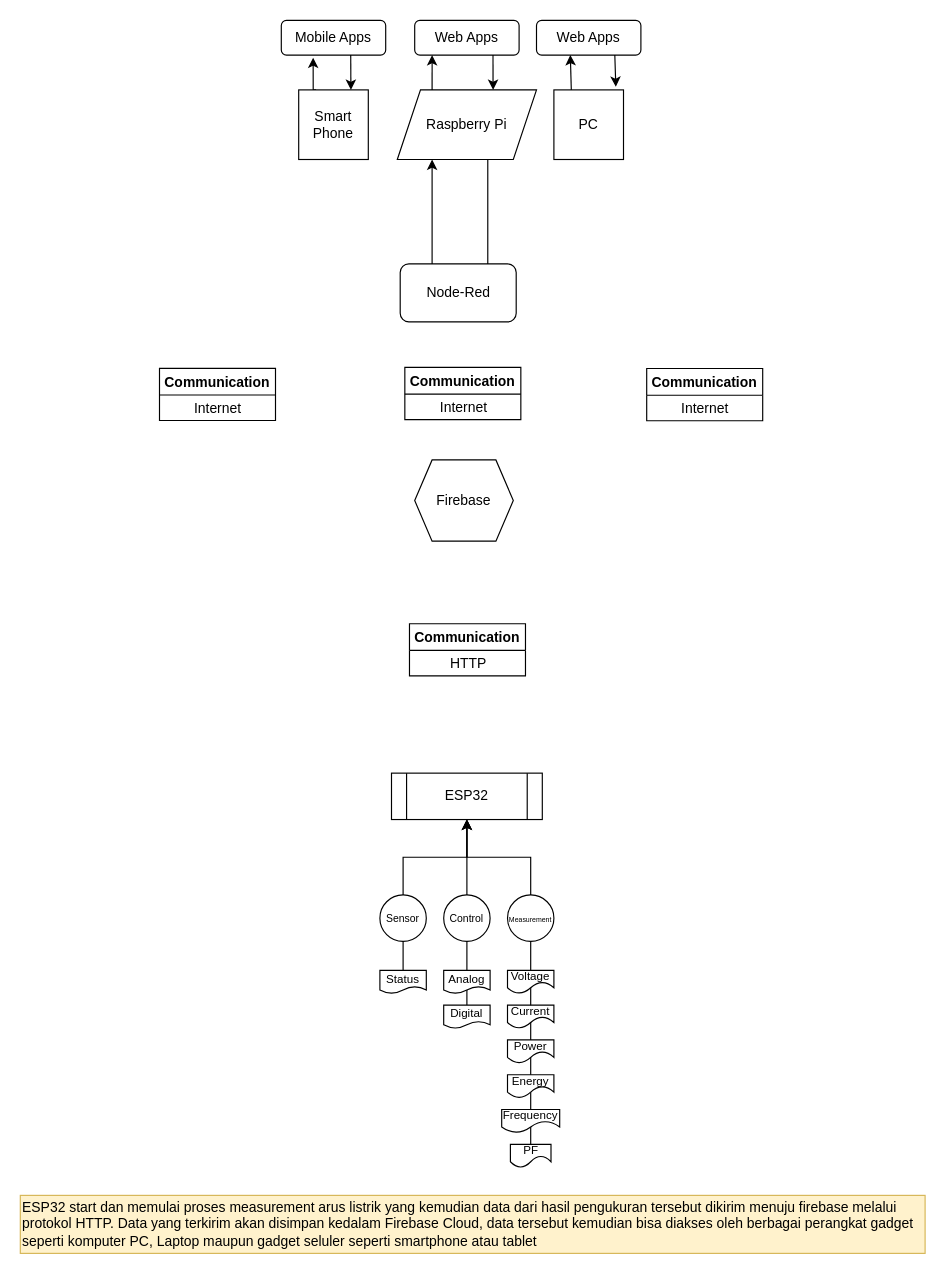
lmarkrol/smartmeter keeps this draw.io diagram as flow-diagram.drawio. Above is the earlier version. Source tidied: cells renumbered, new cells numbered last; positions are measured from the earlier drawing's top-left corner, leaving out a move shared by most shapes. Both pictures are drawn from the tidied source at 116%, with x=0, y=0 at pixel (20, 20).
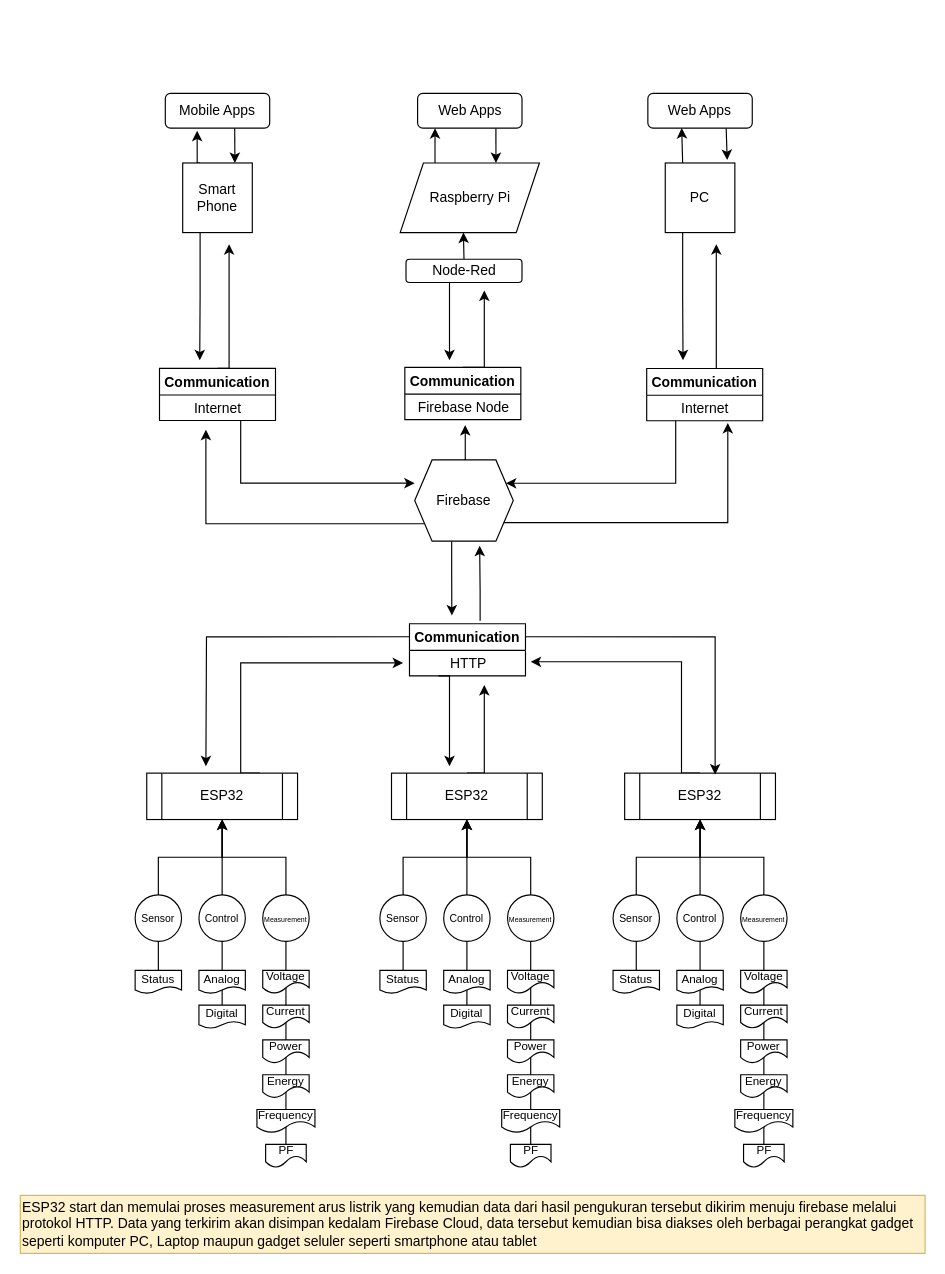
After the change.

Unchanged cells that the change refers to:
```xml
<mxCell id="11" value="ESP32" style="shape=process;whiteSpace=wrap;html=1;backgroundOutline=1;rotation=0;" parent="1" vertex="1">
  <mxGeometry x="320" y="649" width="130" height="40" as="geometry" />
</mxCell>
<mxCell id="12" value="Firebase" style="shape=hexagon;perimeter=hexagonPerimeter2;whiteSpace=wrap;html=1;fixedSize=1;size=15;" parent="1" vertex="1">
  <mxGeometry x="340" y="379" width="85" height="70" as="geometry" />
</mxCell>
<mxCell id="16" value="Communication" style="swimlane;startSize=23;" parent="15" vertex="1">
  <mxGeometry x="20" y="4.2" width="100" height="45" as="geometry" />
</mxCell>
<mxCell id="27" value="Communication" style="swimlane;startSize=23;" parent="26" vertex="1">
  <mxGeometry x="20" y="4.2" width="100" height="45" as="geometry" />
</mxCell>
<mxCell id="28" value="Internet" style="text;html=1;align=center;verticalAlign=middle;points=[];strokeColor=none;" parent="27" vertex="1">
  <mxGeometry x="20" y="25" width="60" height="20" as="geometry" />
</mxCell>
<mxCell id="30" value="Communication" style="swimlane;startSize=23;" parent="1" vertex="1">
  <mxGeometry x="120" y="300" width="100" height="45" as="geometry" />
</mxCell>
<mxCell id="39" value="Communication" style="swimlane;startSize=23;" parent="38" vertex="1">
  <mxGeometry x="20" y="4.2" width="100" height="45" as="geometry" />
</mxCell>
```

Change to the diagram source:
```diff
@@
+    <mxCell id="52" style="edgeStyle=orthogonalEdgeStyle;rounded=0;jettySize=auto;html=1;exitX=0.5;exitY=0;exitDx=0;exitDy=0;" parent="1" edge="1" source="11">
+      <mxGeometry relative="1" as="geometry">
+        <mxPoint x="400" y="573" as="targetPoint" />
+        <Array as="points">
+          <mxPoint x="400" y="649" />
+        </Array>
+      </mxGeometry>
+    </mxCell>
@@
+    <mxCell id="53" style="edgeStyle=orthogonalEdgeStyle;rounded=0;jettySize=auto;html=1;entryX=0.832;entryY=1.095;entryDx=0;entryDy=0;entryPerimeter=0;" parent="1" edge="1" target="28">
+      <mxGeometry relative="1" as="geometry">
+        <mxPoint x="410" y="433" as="sourcePoint" />
+        <Array as="points">
+          <mxPoint x="425" y="433" />
+          <mxPoint x="610" y="433" />
+        </Array>
+      </mxGeometry>
+    </mxCell>
+    <mxCell id="54" style="edgeStyle=orthogonalEdgeStyle;rounded=0;jettySize=auto;html=1;" parent="1" edge="1" source="12">
+      <mxGeometry relative="1" as="geometry">
+        <mxPoint x="160" y="353" as="targetPoint" />
+        <Array as="points">
+          <mxPoint x="160" y="434" />
+          <mxPoint x="160" y="353" />
+        </Array>
+      </mxGeometry>
+    </mxCell>
+    <mxCell id="55" style="edgeStyle=orthogonalEdgeStyle;rounded=0;jettySize=auto;html=1;exitX=0.5;exitY=0;exitDx=0;exitDy=0;entryX=0.523;entryY=1.239;entryDx=0;entryDy=0;entryPerimeter=0;" parent="1" edge="1" source="12" target="40">
+      <mxGeometry relative="1" as="geometry" />
+    </mxCell>
+    <mxCell id="56" style="edgeStyle=orthogonalEdgeStyle;rounded=0;jettySize=auto;html=1;exitX=0.375;exitY=1;exitDx=0;exitDy=0;" parent="1" edge="1" source="12">
+      <mxGeometry relative="1" as="geometry">
+        <mxPoint x="372" y="513" as="targetPoint" />
+      </mxGeometry>
+    </mxCell>
@@
-    <mxCell id="13" style="edgeStyle=orthogonalEdgeStyle;rounded=0;orthogonalLoop=1;jettySize=auto;html=1;" parent="1" edge="1">
-      <mxGeometry relative="1" as="geometry">
-        <mxPoint x="355" y="249" as="sourcePoint" />
-        <mxPoint x="355" y="120" as="targetPoint" />
-        <Array as="points">
-          <mxPoint x="355" y="249" />
-          <mxPoint x="355" y="222" />
-          <mxPoint x="355" y="222" />
-        </Array>
-      </mxGeometry>
-    </mxCell>
-    <mxCell id="14" style="edgeStyle=orthogonalEdgeStyle;rounded=0;jettySize=auto;html=1;entryX=0.75;entryY=0;entryDx=0;entryDy=0;" parent="1" edge="1" target="21">
-      <mxGeometry relative="1" as="geometry">
-        <mxPoint x="403" y="120" as="sourcePoint" />
-        <Array as="points">
-          <mxPoint x="403" y="190" />
-          <mxPoint x="403" y="220" />
-          <mxPoint x="403" y="220" />
-        </Array>
-      </mxGeometry>
-    </mxCell>
@@
     <mxCell id="20" value="Raspberry Pi" style="shape=parallelogram;perimeter=parallelogramPerimeter;whiteSpace=wrap;html=1;fixedSize=1;" parent="1" vertex="1">
-      <mxGeometry x="325" y="60" width="120" height="60" as="geometry" />
+      <mxGeometry x="327.5" y="123" width="120" height="60" as="geometry" />
     </mxCell>
+    <mxCell id="57" style="edgeStyle=orthogonalEdgeStyle;rounded=0;jettySize=auto;html=1;exitX=0.5;exitY=0;exitDx=0;exitDy=0;" parent="1" edge="1" source="21">
+      <mxGeometry relative="1" as="geometry">
+        <mxPoint x="382" y="183" as="targetPoint" />
+      </mxGeometry>
+    </mxCell>
+    <mxCell id="58" style="edgeStyle=orthogonalEdgeStyle;rounded=0;jettySize=auto;html=1;exitX=0.25;exitY=1;exitDx=0;exitDy=0;" parent="1" edge="1" source="21">
+      <mxGeometry relative="1" as="geometry">
+        <mxPoint x="370" y="293" as="targetPoint" />
+        <Array as="points">
+          <mxPoint x="370" y="226" />
+          <mxPoint x="370" y="293" />
+        </Array>
+      </mxGeometry>
+    </mxCell>
     <mxCell id="21" value="Node-Red" style="rounded=1;whiteSpace=wrap;html=1;" parent="1" vertex="1">
-      <mxGeometry x="327.5" y="210" width="100" height="50" as="geometry" />
+      <mxGeometry x="332.5" y="206" width="100" height="20" as="geometry" />
     </mxCell>
@@
+    <mxCell id="59" style="edgeStyle=orthogonalEdgeStyle;rounded=0;jettySize=auto;html=1;exitX=0.25;exitY=1;exitDx=0;exitDy=0;" parent="1" edge="1" source="23">
+      <mxGeometry relative="1" as="geometry">
+        <mxPoint x="571.3" y="293" as="targetPoint" />
+      </mxGeometry>
+    </mxCell>
     <mxCell id="23" value="PC" style="rounded=0;whiteSpace=wrap;html=1;" parent="1" vertex="1">
-      <mxGeometry x="460" y="60" width="60" height="60" as="geometry" />
+      <mxGeometry x="556" y="123" width="60" height="60" as="geometry" />
     </mxCell>
@@
+    <mxCell id="60" style="edgeStyle=orthogonalEdgeStyle;rounded=0;jettySize=auto;html=1;exitX=0.25;exitY=1;exitDx=0;exitDy=0;" parent="1" edge="1" source="25">
+      <mxGeometry relative="1" as="geometry">
+        <mxPoint x="154.7" y="293" as="targetPoint" />
+      </mxGeometry>
+    </mxCell>
     <mxCell id="25" value="Smart&lt;br&gt;Phone" style="rounded=0;whiteSpace=wrap;html=1;" parent="1" vertex="1">
-      <mxGeometry x="240" y="60" width="60" height="60" as="geometry" />
+      <mxGeometry x="140" y="123" width="60" height="60" as="geometry" />
     </mxCell>
@@
+    <mxCell id="61" style="edgeStyle=orthogonalEdgeStyle;rounded=0;jettySize=auto;html=1;exitX=0.5;exitY=0;exitDx=0;exitDy=0;" parent="1" edge="1" source="30">
+      <mxGeometry relative="1" as="geometry">
+        <mxPoint x="180" y="193" as="targetPoint" />
+        <Array as="points">
+          <mxPoint x="180" y="300" />
+          <mxPoint x="180" y="193" />
+        </Array>
+      </mxGeometry>
+    </mxCell>
+    <mxCell id="62" style="edgeStyle=orthogonalEdgeStyle;rounded=0;jettySize=auto;html=1;exitX=1;exitY=1;exitDx=0;exitDy=0;" parent="1" edge="1" source="30">
+      <mxGeometry relative="1" as="geometry">
+        <mxPoint x="340" y="399" as="targetPoint" />
+        <Array as="points">
+          <mxPoint x="190" y="345" />
+          <mxPoint x="190" y="399" />
+        </Array>
+      </mxGeometry>
+    </mxCell>
@@
     <mxCell id="33" value="Mobile Apps" style="rounded=1;whiteSpace=wrap;html=1;" parent="1" vertex="1">
-      <mxGeometry x="225" width="90" height="30" as="geometry" />
+      <mxGeometry x="125" y="63" width="90" height="30" as="geometry" />
     </mxCell>
@@
     <mxCell id="35" value="Web Apps" style="rounded=1;whiteSpace=wrap;html=1;" parent="1" vertex="1">
-      <mxGeometry x="340" width="90" height="30" as="geometry" />
+      <mxGeometry x="342.5" y="63" width="90" height="30" as="geometry" />
     </mxCell>
@@
     <mxCell id="37" value="Web Apps" style="rounded=1;whiteSpace=wrap;html=1;" parent="1" vertex="1">
-      <mxGeometry x="445" width="90" height="30" as="geometry" />
+      <mxGeometry x="541" y="63" width="90" height="30" as="geometry" />
     </mxCell>
@@
-    <mxCell id="40" value="Internet" style="text;html=1;align=center;verticalAlign=middle;points=[];strokeColor=none;" parent="39" vertex="1">
-      <mxGeometry x="20" y="25" width="60" height="20" as="geometry" />
+    <mxCell id="40" value="Firebase Node" style="text;html=1;align=center;verticalAlign=middle;points=[];strokeColor=none;" parent="39" vertex="1">
+      <mxGeometry x="5" y="25" width="90" height="20" as="geometry" />
     </mxCell>
@@
+    <mxCell id="63" style="endArrow=none;html=1;entryX=0.5;entryY=1;entryDx=0;entryDy=0;exitX=0.5;exitY=0;exitDx=0;exitDy=0;" parent="1" edge="1" source="75" target="66">
+      <mxGeometry relative="1" as="geometry" />
+    </mxCell>
+    <mxCell id="64" style="endArrow=none;html=1;entryX=0.5;entryY=1;entryDx=0;entryDy=0;exitX=0.5;exitY=0;exitDx=0;exitDy=0;" parent="1" edge="1" source="81" target="67">
+      <mxGeometry relative="1" as="geometry" />
+    </mxCell>
+    <mxCell id="65" value="&lt;font style=&quot;font-size: 9px&quot;&gt;Sensor&lt;/font&gt;" style="ellipse;whiteSpace=wrap;html=1;rotation=0;" parent="1" vertex="1">
+      <mxGeometry x="511" y="754" width="40" height="40" as="geometry" />
+    </mxCell>
+    <mxCell id="66" value="&lt;font style=&quot;font-size: 9px&quot;&gt;Control&lt;/font&gt;" style="ellipse;whiteSpace=wrap;html=1;rotation=0;" parent="1" vertex="1">
+      <mxGeometry x="566" y="754" width="40" height="40" as="geometry" />
+    </mxCell>
+    <mxCell id="67" value="&lt;font style=&quot;font-size: 6px&quot;&gt;Measurement&lt;/font&gt;" style="ellipse;whiteSpace=wrap;html=1;rotation=0;" parent="1" vertex="1">
+      <mxGeometry x="621" y="754" width="40" height="40" as="geometry" />
+    </mxCell>
+    <mxCell id="68" style="edgeStyle=orthogonalEdgeStyle;rounded=0;jettySize=auto;html=1;exitX=0.5;exitY=0;exitDx=0;exitDy=0;entryX=0.5;entryY=1;entryDx=0;entryDy=0;" parent="1" edge="1" source="65" target="72">
+      <mxGeometry x="551" y="226" as="geometry" />
+    </mxCell>
+    <mxCell id="69" style="edgeStyle=orthogonalEdgeStyle;rounded=0;jettySize=auto;html=1;exitX=0.5;exitY=0;exitDx=0;exitDy=0;entryX=0.5;entryY=1;entryDx=0;entryDy=0;" parent="1" edge="1" source="66" target="72">
+      <mxGeometry x="551" y="226" as="geometry" />
+    </mxCell>
+    <mxCell id="70" style="edgeStyle=orthogonalEdgeStyle;rounded=0;jettySize=auto;html=1;exitX=0.5;exitY=0;exitDx=0;exitDy=0;entryX=0.5;entryY=1;entryDx=0;entryDy=0;" parent="1" edge="1" source="67" target="72">
+      <mxGeometry x="551" y="226" as="geometry" />
+    </mxCell>
+    <mxCell id="71" style="edgeStyle=orthogonalEdgeStyle;rounded=0;jettySize=auto;html=1;exitX=0.5;exitY=0;exitDx=0;exitDy=0;" parent="1" edge="1" source="72">
+      <mxGeometry relative="1" as="geometry">
+        <mxPoint x="440" y="553" as="targetPoint" />
+        <Array as="points">
+          <mxPoint x="570" y="649" />
+          <mxPoint x="570" y="553" />
+          <mxPoint x="460" y="553" />
+        </Array>
+      </mxGeometry>
+    </mxCell>
+    <mxCell id="72" value="ESP32" style="shape=process;whiteSpace=wrap;html=1;backgroundOutline=1;rotation=0;" parent="1" vertex="1">
+      <mxGeometry x="521" y="649" width="130" height="40" as="geometry" />
+    </mxCell>
+    <mxCell id="73" value="&lt;font style=&quot;font-size: 10px&quot;&gt;Status&lt;/font&gt;" style="shape=document;whiteSpace=wrap;html=1;boundedLbl=1;" parent="1" vertex="1">
+      <mxGeometry x="511" y="819" width="40" height="20" as="geometry" />
+    </mxCell>
+    <mxCell id="74" value="&lt;font style=&quot;font-size: 10px&quot;&gt;Analog&lt;/font&gt;" style="shape=document;whiteSpace=wrap;html=1;boundedLbl=1;" parent="1" vertex="1">
+      <mxGeometry x="566" y="819" width="40" height="20" as="geometry" />
+    </mxCell>
+    <mxCell id="75" value="&lt;font style=&quot;font-size: 10px&quot;&gt;Digital&lt;/font&gt;" style="shape=document;whiteSpace=wrap;html=1;boundedLbl=1;" parent="1" vertex="1">
+      <mxGeometry x="566" y="849" width="40" height="20" as="geometry" />
+    </mxCell>
+    <mxCell id="76" value="&lt;font style=&quot;font-size: 10px&quot;&gt;Voltage&lt;/font&gt;" style="shape=document;whiteSpace=wrap;html=1;boundedLbl=1;size=0.5;" parent="1" vertex="1">
+      <mxGeometry x="621" y="819" width="40" height="20" as="geometry" />
+    </mxCell>
+    <mxCell id="77" value="&lt;font style=&quot;font-size: 10px&quot;&gt;Current&lt;/font&gt;" style="shape=document;whiteSpace=wrap;html=1;boundedLbl=1;size=0.5;" parent="1" vertex="1">
+      <mxGeometry x="621" y="849" width="40" height="20" as="geometry" />
+    </mxCell>
+    <mxCell id="78" value="&lt;font style=&quot;font-size: 10px&quot;&gt;Power&lt;/font&gt;" style="shape=document;whiteSpace=wrap;html=1;boundedLbl=1;size=0.5;" parent="1" vertex="1">
+      <mxGeometry x="621" y="879" width="40" height="20" as="geometry" />
+    </mxCell>
+    <mxCell id="79" value="&lt;font style=&quot;font-size: 10px&quot;&gt;Energy&lt;/font&gt;" style="shape=document;whiteSpace=wrap;html=1;boundedLbl=1;size=0.5;" parent="1" vertex="1">
+      <mxGeometry x="621" y="909" width="40" height="20" as="geometry" />
+    </mxCell>
+    <mxCell id="80" value="&lt;font style=&quot;font-size: 10px&quot;&gt;Frequency&lt;/font&gt;" style="shape=document;whiteSpace=wrap;html=1;boundedLbl=1;size=0.5;" parent="1" vertex="1">
+      <mxGeometry x="616" y="939" width="50" height="20" as="geometry" />
+    </mxCell>
+    <mxCell id="81" value="&lt;font style=&quot;font-size: 10px&quot;&gt;PF&lt;/font&gt;" style="shape=document;whiteSpace=wrap;html=1;boundedLbl=1;size=0.5;" parent="1" vertex="1">
+      <mxGeometry x="623.5" y="969" width="35" height="20" as="geometry" />
+    </mxCell>
+    <mxCell id="82" style="endArrow=none;html=1;entryX=0.5;entryY=1;entryDx=0;entryDy=0;exitX=0.5;exitY=0;exitDx=0;exitDy=0;" parent="1" edge="1" source="73" target="65">
+      <mxGeometry relative="1" as="geometry" />
+    </mxCell>
+    <mxCell id="83" style="endArrow=none;html=1;entryX=0.5;entryY=1;entryDx=0;entryDy=0;exitX=0.5;exitY=0;exitDx=0;exitDy=0;" parent="1" edge="1" source="95" target="86">
+      <mxGeometry relative="1" as="geometry" />
+    </mxCell>
+    <mxCell id="84" style="endArrow=none;html=1;entryX=0.5;entryY=1;entryDx=0;entryDy=0;exitX=0.5;exitY=0;exitDx=0;exitDy=0;" parent="1" edge="1" source="101" target="87">
+      <mxGeometry relative="1" as="geometry" />
+    </mxCell>
+    <mxCell id="85" value="&lt;font style=&quot;font-size: 9px&quot;&gt;Sensor&lt;/font&gt;" style="ellipse;whiteSpace=wrap;html=1;rotation=0;" parent="1" vertex="1">
+      <mxGeometry x="99" y="754" width="40" height="40" as="geometry" />
+    </mxCell>
+    <mxCell id="86" value="&lt;font style=&quot;font-size: 9px&quot;&gt;Control&lt;/font&gt;" style="ellipse;whiteSpace=wrap;html=1;rotation=0;" parent="1" vertex="1">
+      <mxGeometry x="154" y="754" width="40" height="40" as="geometry" />
+    </mxCell>
+    <mxCell id="87" value="&lt;font style=&quot;font-size: 6px&quot;&gt;Measurement&lt;/font&gt;" style="ellipse;whiteSpace=wrap;html=1;rotation=0;" parent="1" vertex="1">
+      <mxGeometry x="209" y="754" width="40" height="40" as="geometry" />
+    </mxCell>
+    <mxCell id="88" style="edgeStyle=orthogonalEdgeStyle;rounded=0;jettySize=auto;html=1;exitX=0.5;exitY=0;exitDx=0;exitDy=0;entryX=0.5;entryY=1;entryDx=0;entryDy=0;" parent="1" edge="1" source="85" target="92">
+      <mxGeometry x="139" y="226" as="geometry" />
+    </mxCell>
+    <mxCell id="89" style="edgeStyle=orthogonalEdgeStyle;rounded=0;jettySize=auto;html=1;exitX=0.5;exitY=0;exitDx=0;exitDy=0;entryX=0.5;entryY=1;entryDx=0;entryDy=0;" parent="1" edge="1" source="86" target="92">
+      <mxGeometry x="139" y="226" as="geometry" />
+    </mxCell>
+    <mxCell id="90" style="edgeStyle=orthogonalEdgeStyle;rounded=0;jettySize=auto;html=1;exitX=0.5;exitY=0;exitDx=0;exitDy=0;entryX=0.5;entryY=1;entryDx=0;entryDy=0;" parent="1" edge="1" source="87" target="92">
+      <mxGeometry x="139" y="226" as="geometry" />
+    </mxCell>
+    <mxCell id="91" style="edgeStyle=orthogonalEdgeStyle;rounded=0;jettySize=auto;html=1;exitX=0.75;exitY=0;exitDx=0;exitDy=0;" parent="1" edge="1" source="92">
+      <mxGeometry relative="1" as="geometry">
+        <mxPoint x="330" y="554" as="targetPoint" />
+        <Array as="points">
+          <mxPoint x="190" y="649" />
+          <mxPoint x="190" y="554" />
+        </Array>
+      </mxGeometry>
+    </mxCell>
+    <mxCell id="92" value="ESP32" style="shape=process;whiteSpace=wrap;html=1;backgroundOutline=1;rotation=0;" parent="1" vertex="1">
+      <mxGeometry x="109" y="649" width="130" height="40" as="geometry" />
+    </mxCell>
+    <mxCell id="93" value="&lt;font style=&quot;font-size: 10px&quot;&gt;Status&lt;/font&gt;" style="shape=document;whiteSpace=wrap;html=1;boundedLbl=1;" parent="1" vertex="1">
+      <mxGeometry x="99" y="819" width="40" height="20" as="geometry" />
+    </mxCell>
+    <mxCell id="94" value="&lt;font style=&quot;font-size: 10px&quot;&gt;Analog&lt;/font&gt;" style="shape=document;whiteSpace=wrap;html=1;boundedLbl=1;" parent="1" vertex="1">
+      <mxGeometry x="154" y="819" width="40" height="20" as="geometry" />
+    </mxCell>
+    <mxCell id="95" value="&lt;font style=&quot;font-size: 10px&quot;&gt;Digital&lt;/font&gt;" style="shape=document;whiteSpace=wrap;html=1;boundedLbl=1;" parent="1" vertex="1">
+      <mxGeometry x="154" y="849" width="40" height="20" as="geometry" />
+    </mxCell>
+    <mxCell id="96" value="&lt;font style=&quot;font-size: 10px&quot;&gt;Voltage&lt;/font&gt;" style="shape=document;whiteSpace=wrap;html=1;boundedLbl=1;size=0.5;" parent="1" vertex="1">
+      <mxGeometry x="209" y="819" width="40" height="20" as="geometry" />
+    </mxCell>
+    <mxCell id="97" value="&lt;font style=&quot;font-size: 10px&quot;&gt;Current&lt;/font&gt;" style="shape=document;whiteSpace=wrap;html=1;boundedLbl=1;size=0.5;" parent="1" vertex="1">
+      <mxGeometry x="209" y="849" width="40" height="20" as="geometry" />
+    </mxCell>
+    <mxCell id="98" value="&lt;font style=&quot;font-size: 10px&quot;&gt;Power&lt;/font&gt;" style="shape=document;whiteSpace=wrap;html=1;boundedLbl=1;size=0.5;" parent="1" vertex="1">
+      <mxGeometry x="209" y="879" width="40" height="20" as="geometry" />
+    </mxCell>
+    <mxCell id="99" value="&lt;font style=&quot;font-size: 10px&quot;&gt;Energy&lt;/font&gt;" style="shape=document;whiteSpace=wrap;html=1;boundedLbl=1;size=0.5;" parent="1" vertex="1">
+      <mxGeometry x="209" y="909" width="40" height="20" as="geometry" />
+    </mxCell>
+    <mxCell id="100" value="&lt;font style=&quot;font-size: 10px&quot;&gt;Frequency&lt;/font&gt;" style="shape=document;whiteSpace=wrap;html=1;boundedLbl=1;size=0.5;" parent="1" vertex="1">
+      <mxGeometry x="204" y="939" width="50" height="20" as="geometry" />
+    </mxCell>
+    <mxCell id="101" value="&lt;font style=&quot;font-size: 10px&quot;&gt;PF&lt;/font&gt;" style="shape=document;whiteSpace=wrap;html=1;boundedLbl=1;size=0.5;" parent="1" vertex="1">
+      <mxGeometry x="211.5" y="969" width="35" height="20" as="geometry" />
+    </mxCell>
+    <mxCell id="102" style="endArrow=none;html=1;entryX=0.5;entryY=1;entryDx=0;entryDy=0;exitX=0.5;exitY=0;exitDx=0;exitDy=0;" parent="1" edge="1" source="93" target="85">
+      <mxGeometry relative="1" as="geometry" />
+    </mxCell>
+    <mxCell id="103" style="edgeStyle=orthogonalEdgeStyle;rounded=0;jettySize=auto;html=1;exitX=0.609;exitY=-0.058;exitDx=0;exitDy=0;exitPerimeter=0;" parent="1" edge="1" source="16">
+      <mxGeometry relative="1" as="geometry">
+        <mxPoint x="396" y="453" as="targetPoint" />
+        <Array as="points">
+          <mxPoint x="396" y="492" />
+          <mxPoint x="396" y="463" />
+        </Array>
+      </mxGeometry>
+    </mxCell>
+    <mxCell id="104" style="edgeStyle=orthogonalEdgeStyle;rounded=0;jettySize=auto;html=1;exitX=0.5;exitY=0;exitDx=0;exitDy=0;" parent="1" edge="1" source="39">
+      <mxGeometry relative="1" as="geometry">
+        <mxPoint x="400" y="233" as="targetPoint" />
+        <Array as="points">
+          <mxPoint x="400" y="299" />
+          <mxPoint x="400" y="233" />
+        </Array>
+      </mxGeometry>
+    </mxCell>
+    <mxCell id="105" style="edgeStyle=orthogonalEdgeStyle;rounded=0;jettySize=auto;html=1;exitX=0.5;exitY=0;exitDx=0;exitDy=0;" parent="1" edge="1" source="27">
+      <mxGeometry relative="1" as="geometry">
+        <mxPoint x="600" y="193" as="targetPoint" />
+        <Array as="points">
+          <mxPoint x="600" y="300" />
+          <mxPoint x="600" y="193" />
+        </Array>
+      </mxGeometry>
+    </mxCell>
+    <mxCell id="106" style="edgeStyle=orthogonalEdgeStyle;rounded=0;jettySize=auto;html=1;exitX=0;exitY=0.25;exitDx=0;exitDy=0;" parent="1" edge="1" source="16">
+      <mxGeometry relative="1" as="geometry">
+        <mxPoint x="160" y="643" as="targetPoint" />
+      </mxGeometry>
+    </mxCell>
+    <mxCell id="107" style="edgeStyle=orthogonalEdgeStyle;rounded=0;jettySize=auto;html=1;exitX=1;exitY=0.25;exitDx=0;exitDy=0;entryX=0.6;entryY=0.029;entryDx=0;entryDy=0;entryPerimeter=0;" parent="1" edge="1" source="16" target="72">
+      <mxGeometry relative="1" as="geometry" />
+    </mxCell>
+    <mxCell id="108" style="edgeStyle=orthogonalEdgeStyle;rounded=0;jettySize=auto;html=1;exitX=0.25;exitY=1;exitDx=0;exitDy=0;" parent="1" edge="1" source="16">
+      <mxGeometry relative="1" as="geometry">
+        <mxPoint x="370" y="643" as="targetPoint" />
+        <Array as="points">
+          <mxPoint x="370" y="565" />
+        </Array>
+      </mxGeometry>
+    </mxCell>
+    <mxCell id="109" style="edgeStyle=orthogonalEdgeStyle;rounded=0;jettySize=auto;html=1;exitX=0.25;exitY=1;exitDx=0;exitDy=0;entryX=1;entryY=0.25;entryDx=0;entryDy=0;" parent="1" edge="1" source="27" target="12">
+      <mxGeometry relative="1" as="geometry">
+        <Array as="points">
+          <mxPoint x="565" y="399" />
+        </Array>
+      </mxGeometry>
+    </mxCell>
```
